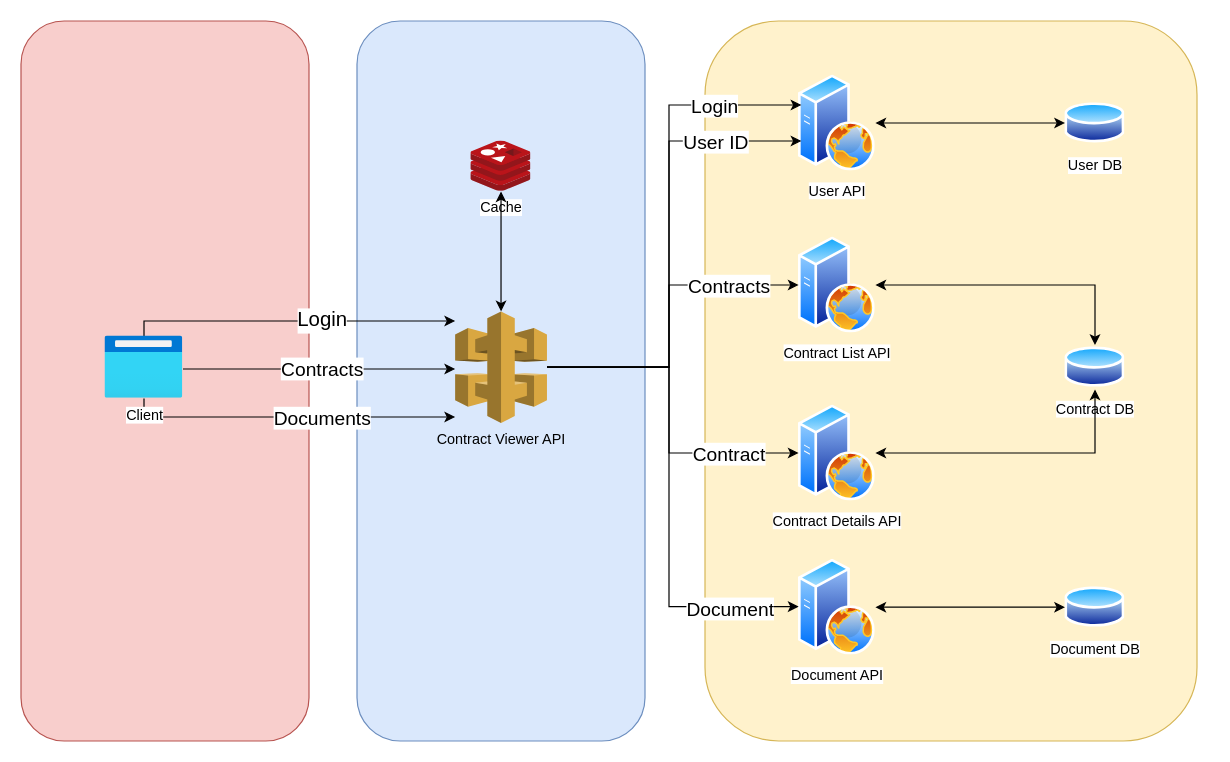
Above: docs/ContractViewer.drawio in gyorgydeakl/ContractViewer (draw.io), before the change. Source tidied: cells renumbered, new cells numbered last; positions are measured from the earlier drawing's top-left corner, leaving out a move shared by most shapes. Both pictures are drawn from the tidied source at 120%, with x=0, y=0 at pixel (20, 20).
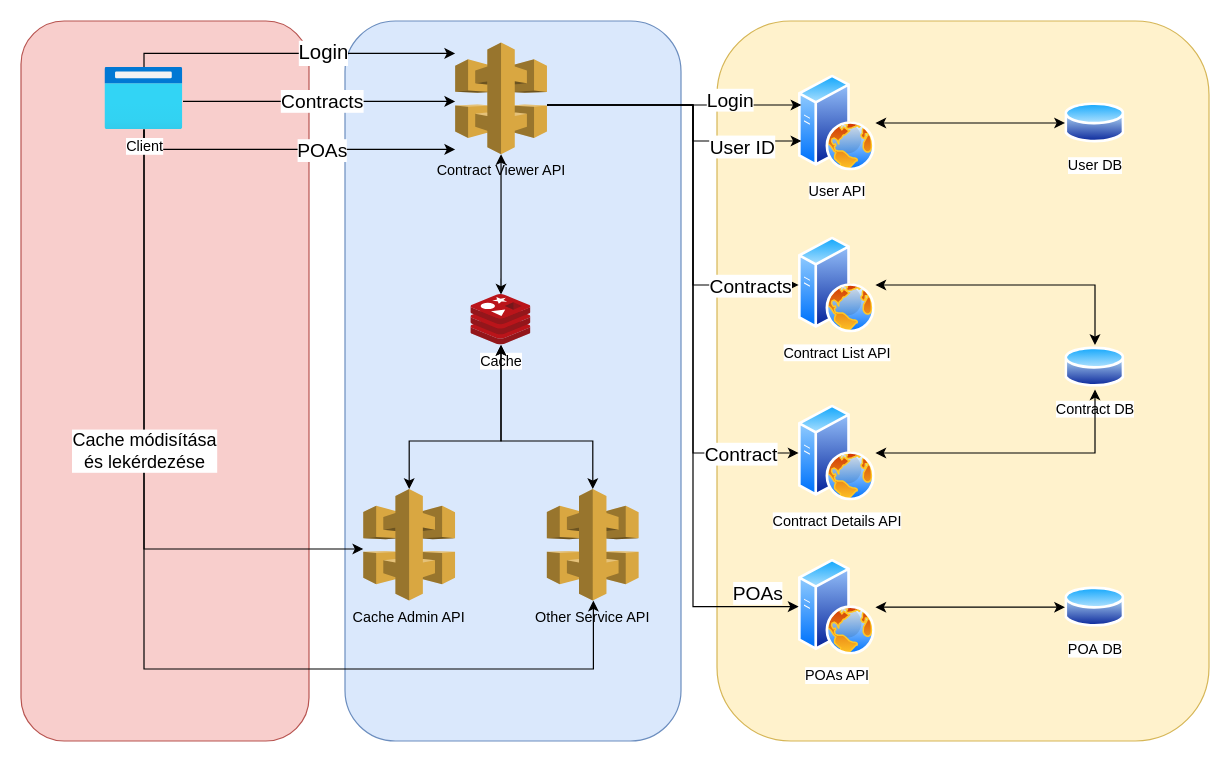
Above is the later version.

Commit message (it also covers changes not shown here):
Update POA and caching features: adjust data generation count, rename APIs, refine diagrams, update user and technical guides, and add new Redis package.

The change refers to these unchanged cells:
```xml
<mxCell id="8" value="User API" style="image;perimeter=ellipsePerimeter;html=1;align=center;shadow=0;dashed=0;spacingTop=3;image=img/lib/active_directory/web_server.svg;" parent="1" vertex="1">
  <mxGeometry x="648" y="45" width="64" height="80" as="geometry" />
</mxCell>
<mxCell id="10" value="Contract List API" style="image;perimeter=ellipsePerimeter;html=1;align=center;shadow=0;dashed=0;spacingTop=3;image=img/lib/active_directory/web_server.svg;" parent="1" vertex="1">
  <mxGeometry x="648" y="180" width="64" height="80" as="geometry" />
</mxCell>
<mxCell id="12" value="Contract Details API" style="image;perimeter=ellipsePerimeter;html=1;align=center;shadow=0;dashed=0;spacingTop=3;image=img/lib/active_directory/web_server.svg;" parent="1" vertex="1">
  <mxGeometry x="648" y="320" width="64" height="80" as="geometry" />
</mxCell>
```

The edit, as a diff of the source:
```diff
@@
     <mxCell id="2" style="rounded=1;whiteSpace=wrap;html=1;fillColor=#fff2cc;strokeColor=#d6b656;" parent="1" vertex="1">
-      <mxGeometry x="570" width="410" height="600" as="geometry" />
+      <mxGeometry x="580" width="410" height="600" as="geometry" />
     </mxCell>
-    <mxCell id="3" value="Document DB" style="image;perimeter=ellipsePerimeter;html=1;align=center;shadow=0;dashed=0;spacingTop=3;image=img/lib/active_directory/database.svg;" parent="1" vertex="1">
+    <mxCell id="3" value="POA&lt;span style=&quot;background-color: light-dark(#ffffff, var(--ge-dark-color, #121212)); color: light-dark(rgb(0, 0, 0), rgb(255, 255, 255));&quot;&gt;&amp;nbsp;DB&lt;/span&gt;" style="image;perimeter=ellipsePerimeter;html=1;align=center;shadow=0;dashed=0;spacingTop=3;image=img/lib/active_directory/database.svg;" parent="1" vertex="1">
       <mxGeometry x="870" y="470" width="50" height="37" as="geometry" />
     </mxCell>
@@
-    <mxCell id="14" value="Document API" style="image;perimeter=ellipsePerimeter;html=1;align=center;shadow=0;dashed=0;spacingTop=3;image=img/lib/active_directory/web_server.svg;" parent="1" vertex="1">
+    <mxCell id="14" value="POAs API" style="image;perimeter=ellipsePerimeter;html=1;align=center;shadow=0;dashed=0;spacingTop=3;image=img/lib/active_directory/web_server.svg;" parent="1" vertex="1">
       <mxGeometry x="648" y="448.5" width="64" height="80" as="geometry" />
     </mxCell>
     <mxCell id="15" style="rounded=1;whiteSpace=wrap;html=1;fillColor=#dae8fc;strokeColor=#6c8ebf;" parent="1" vertex="1">
-      <mxGeometry x="280" width="240" height="600" as="geometry" />
+      <mxGeometry x="270" width="280" height="600" as="geometry" />
     </mxCell>
     <mxCell id="16" style="edgeStyle=orthogonalEdgeStyle;rounded=0;jettySize=auto;html=1;" parent="1" edge="1" source="26" target="8">
       <mxGeometry relative="1" as="geometry">
         <Array as="points">
-          <mxPoint x="540" y="289" />
-          <mxPoint x="540" y="70" />
+          <mxPoint x="500" y="70" />
+          <mxPoint x="500" y="70" />
         </Array>
       </mxGeometry>
     </mxCell>
     <mxCell id="17" value="&lt;font style=&quot;font-size: 16px;&quot;&gt;Login&lt;/font&gt;" style="edgeLabel;html=1;align=center;verticalAlign=middle;" parent="16" vertex="1">
       <mxGeometry x="0.59" relative="1" as="geometry">
-        <mxPoint x="16" as="offset" />
+        <mxPoint x="-17" y="-5" as="offset" />
       </mxGeometry>
     </mxCell>
     <mxCell id="18" style="edgeStyle=orthogonalEdgeStyle;rounded=0;jettySize=auto;html=1;" parent="1" edge="1" source="26" target="10">
       <mxGeometry relative="1" as="geometry">
         <Array as="points">
-          <mxPoint x="540" y="289" />
-          <mxPoint x="540" y="220" />
+          <mxPoint x="560" y="70" />
+          <mxPoint x="560" y="220" />
         </Array>
       </mxGeometry>
     </mxCell>
     <mxCell id="19" value="&lt;font style=&quot;font-size: 16px;&quot;&gt;Contracts&lt;/font&gt;" style="edgeLabel;html=1;align=center;verticalAlign=middle;" parent="18" vertex="1">
       <mxGeometry x="0.75" y="-1" relative="1" as="geometry">
-        <mxPoint x="-23" y="-1" as="offset" />
+        <mxPoint x="4" y="-1" as="offset" />
       </mxGeometry>
     </mxCell>
     <mxCell id="20" style="edgeStyle=orthogonalEdgeStyle;rounded=0;jettySize=auto;html=1;" parent="1" edge="1" source="26" target="14">
       <mxGeometry relative="1" as="geometry">
         <Array as="points">
-          <mxPoint x="540" y="288" />
-          <mxPoint x="540" y="488" />
+          <mxPoint x="560" y="70" />
+          <mxPoint x="560" y="488" />
         </Array>
       </mxGeometry>
     </mxCell>
-    <mxCell id="21" value="&lt;font style=&quot;font-size: 16px;&quot;&gt;Document&lt;/font&gt;" style="edgeLabel;html=1;align=center;verticalAlign=middle;" parent="20" vertex="1">
+    <mxCell id="21" value="&lt;font style=&quot;font-size: 16px;&quot;&gt;POAs&lt;/font&gt;" style="edgeLabel;html=1;align=center;verticalAlign=middle;" parent="20" vertex="1">
       <mxGeometry x="0.68" relative="1" as="geometry">
-        <mxPoint x="8" y="1" as="offset" />
+        <mxPoint x="53" y="1" as="offset" />
       </mxGeometry>
     </mxCell>
     <mxCell id="22" style="edgeStyle=orthogonalEdgeStyle;rounded=0;jettySize=auto;html=1;" parent="1" edge="1" source="26" target="12">
       <mxGeometry relative="1" as="geometry">
         <Array as="points">
-          <mxPoint x="540" y="289" />
-          <mxPoint x="540" y="360" />
+          <mxPoint x="560" y="70" />
+          <mxPoint x="560" y="360" />
         </Array>
       </mxGeometry>
     </mxCell>
     <mxCell id="23" value="&lt;font style=&quot;font-size: 16px;&quot;&gt;Contract&lt;/font&gt;" style="edgeLabel;html=1;align=center;verticalAlign=middle;" parent="22" vertex="1">
       <mxGeometry x="0.77" y="1" relative="1" as="geometry">
-        <mxPoint x="-26" y="1" as="offset" />
+        <mxPoint x="9" y="1" as="offset" />
       </mxGeometry>
     </mxCell>
     <mxCell id="24" style="edgeStyle=orthogonalEdgeStyle;rounded=0;jettySize=auto;html=1;" parent="1" edge="1" source="26" target="8">
       <mxGeometry relative="1" as="geometry">
         <Array as="points">
-          <mxPoint x="540" y="289" />
-          <mxPoint x="540" y="100" />
+          <mxPoint x="560" y="70" />
+          <mxPoint x="560" y="100" />
         </Array>
       </mxGeometry>
     </mxCell>
     <mxCell id="25" value="&lt;font style=&quot;font-size: 16px;&quot;&gt;User ID&lt;/font&gt;" style="edgeLabel;html=1;align=center;verticalAlign=middle;" parent="24" vertex="1">
       <mxGeometry x="0.75" y="3" relative="1" as="geometry">
-        <mxPoint x="-21" y="3" as="offset" />
+        <mxPoint x="-20" y="7" as="offset" />
       </mxGeometry>
     </mxCell>
     <mxCell id="26" value="Contract Viewer API" style="outlineConnect=0;dashed=0;verticalLabelPosition=bottom;verticalAlign=top;align=center;html=1;shape=mxgraph.aws3.api_gateway;fillColor=#D9A741;gradientColor=none;" parent="1" vertex="1">
-      <mxGeometry x="361.8" y="242" width="76.5" height="93" as="geometry" />
+      <mxGeometry x="361.8" y="18" width="76.5" height="93" as="geometry" />
     </mxCell>
@@
     <mxCell id="28" style="edgeStyle=orthogonalEdgeStyle;rounded=0;jettySize=auto;html=1;" parent="1" edge="1" source="34" target="26">
       <mxGeometry relative="1" as="geometry">
         <Array as="points">
-          <mxPoint x="103" y="250" />
+          <mxPoint x="103" y="27" />
         </Array>
       </mxGeometry>
     </mxCell>
@@
     <mxCell id="30" style="edgeStyle=orthogonalEdgeStyle;rounded=0;jettySize=auto;html=1;" parent="1" edge="1" source="34" target="26">
       <mxGeometry relative="1" as="geometry">
         <Array as="points">
-          <mxPoint x="250" y="290" />
-          <mxPoint x="250" y="290" />
+          <mxPoint x="250" y="67" />
+          <mxPoint x="250" y="67" />
         </Array>
       </mxGeometry>
     </mxCell>
@@
     <mxCell id="32" style="edgeStyle=orthogonalEdgeStyle;rounded=0;jettySize=auto;html=1;" parent="1" edge="1" source="34" target="26">
       <mxGeometry relative="1" as="geometry">
         <Array as="points">
-          <mxPoint x="103" y="330" />
+          <mxPoint x="103" y="107" />
         </Array>
       </mxGeometry>
     </mxCell>
-    <mxCell id="33" value="&lt;font style=&quot;font-size: 16px;&quot;&gt;Documents&lt;/font&gt;" style="edgeLabel;html=1;align=center;verticalAlign=middle;" parent="32" vertex="1">
+    <mxCell id="33" value="&lt;font style=&quot;font-size: 16px;&quot;&gt;POAs&lt;/font&gt;" style="edgeLabel;html=1;align=center;verticalAlign=middle;" parent="32" vertex="1">
       <mxGeometry x="-0.06" y="-3" relative="1" as="geometry">
         <mxPoint x="34" y="-3" as="offset" />
       </mxGeometry>
     </mxCell>
+    <mxCell id="37" style="edgeStyle=orthogonalEdgeStyle;rounded=0;jettySize=auto;html=1;" parent="1" edge="1" source="34" target="43">
+      <mxGeometry relative="1" as="geometry">
+        <Array as="points">
+          <mxPoint x="103" y="440" />
+        </Array>
+      </mxGeometry>
+    </mxCell>
+    <mxCell id="38" style="edgeStyle=orthogonalEdgeStyle;rounded=0;jettySize=auto;html=1;" parent="1" edge="1" source="34" target="41">
+      <mxGeometry relative="1" as="geometry">
+        <Array as="points">
+          <mxPoint x="103" y="540" />
+          <mxPoint x="477" y="540" />
+        </Array>
+      </mxGeometry>
+    </mxCell>
+    <mxCell id="39" value="Cache módisítása&lt;div&gt;és lekérdezése&lt;/div&gt;" style="edgeLabel;html=1;align=center;verticalAlign=middle;fontSize=15;" parent="38" vertex="1">
+      <mxGeometry x="-0.62" relative="1" as="geometry">
+        <mxPoint y="100" as="offset" />
+      </mxGeometry>
+    </mxCell>
     <mxCell id="34" value="Client" style="image;html=1;points=[];align=center;fontSize=12;image=img/lib/azure2/general/Browser.svg;" parent="1" vertex="1">
-      <mxGeometry x="70" y="262.5" width="65" height="52" as="geometry" />
+      <mxGeometry x="70" y="38.5" width="65" height="52" as="geometry" />
     </mxCell>
     <mxCell id="35" value="Cache" style="image;sketch=0;html=1;points=[];align=center;fontSize=12;image=img/lib/mscae/Cache_Redis_Product.svg;" parent="1" vertex="1">
-      <mxGeometry x="375" y="100" width="50" height="42" as="geometry" />
+      <mxGeometry x="375" y="228" width="50" height="42" as="geometry" />
     </mxCell>
@@
+    <mxCell id="40" style="edgeStyle=orthogonalEdgeStyle;rounded=0;jettySize=auto;html=1;startArrow=classic;startFill=1;" parent="1" edge="1" source="41" target="35">
+      <mxGeometry relative="1" as="geometry">
+        <Array as="points">
+          <mxPoint x="477" y="350" />
+          <mxPoint x="400" y="350" />
+        </Array>
+      </mxGeometry>
+    </mxCell>
+    <mxCell id="41" value="Other Service API" style="outlineConnect=0;dashed=0;verticalLabelPosition=bottom;verticalAlign=top;align=center;html=1;shape=mxgraph.aws3.api_gateway;fillColor=#D9A741;gradientColor=none;" parent="1" vertex="1">
+      <mxGeometry x="438.2" y="390" width="76.5" height="93" as="geometry" />
+    </mxCell>
+    <mxCell id="42" style="edgeStyle=orthogonalEdgeStyle;rounded=0;jettySize=auto;html=1;startArrow=classic;startFill=1;" parent="1" edge="1" source="43" target="35">
+      <mxGeometry relative="1" as="geometry">
+        <Array as="points">
+          <mxPoint x="324" y="350" />
+          <mxPoint x="400" y="350" />
+        </Array>
+      </mxGeometry>
+    </mxCell>
+    <mxCell id="43" value="Cache Admin API" style="outlineConnect=0;dashed=0;verticalLabelPosition=bottom;verticalAlign=top;align=center;html=1;shape=mxgraph.aws3.api_gateway;fillColor=#D9A741;gradientColor=none;" parent="1" vertex="1">
+      <mxGeometry x="285.2" y="390" width="76.5" height="93" as="geometry" />
+    </mxCell>
```
